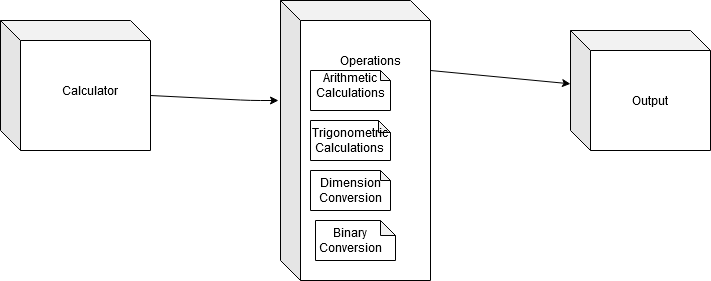
Earlier version of the draw.io export 2_Architecture/HIghlevelDiagram/DeploymentDiagram_HighLevel.png (99003754/Calculator_N4). Source tidied: cells renumbered, new cells last; positions are measured from the earlier drawing's top-left corner, leaving out a move shared by most shapes.
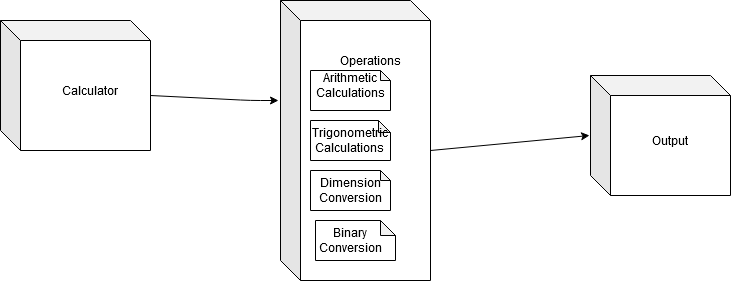
Later version of the same file.

The edit, as a diff of the source:
```diff
@@ -9,7 +9,7 @@
       <mxGeometry x="280" width="150" height="280" as="geometry" />
     </mxCell>
     <mxCell id="4" style="shape=cube;whiteSpace=wrap;html=1;boundedLbl=1;backgroundOutline=1;darkOpacity=0.05;darkOpacity2=0.1;" parent="1" vertex="1">
-      <mxGeometry x="570" y="30" width="140" height="120" as="geometry" />
+      <mxGeometry x="590" y="75" width="140" height="120" as="geometry" />
     </mxCell>
     <mxCell id="5" value="Calculator" style="text;html=1;strokeColor=none;fillColor=none;align=center;verticalAlign=middle;whiteSpace=wrap;rounded=0;" parent="1" vertex="1">
       <mxGeometry x="70" y="80" width="40" height="20" as="geometry" />
@@ -18,7 +18,7 @@
       <mxGeometry x="350" y="50" width="40" height="20" as="geometry" />
     </mxCell>
     <mxCell id="7" value="Output" style="text;html=1;strokeColor=none;fillColor=none;align=center;verticalAlign=middle;whiteSpace=wrap;rounded=0;" parent="1" vertex="1">
-      <mxGeometry x="630" y="90" width="40" height="20" as="geometry" />
+      <mxGeometry x="650" y="130" width="40" height="20" as="geometry" />
     </mxCell>
     <mxCell id="8" style="edgeStyle=orthogonalEdgeStyle;rounded=0;orthogonalLoop=1;jettySize=auto;html=1;exitX=0.5;exitY=1;exitDx=0;exitDy=0;" parent="1" edge="1" source="7" target="7">
       <mxGeometry relative="1" as="geometry" />
@@ -31,9 +31,6 @@
         </Array>
       </mxGeometry>
     </mxCell>
-    <mxCell id="10" style="endArrow=classic;html=1;exitX=0;exitY=0;exitDx=150;exitDy=70;exitPerimeter=0;" parent="1" edge="1" source="3" target="4">
-      <mxGeometry relative="1" as="geometry" />
-    </mxCell>
     <mxCell id="11" style="shape=note;whiteSpace=wrap;html=1;backgroundOutline=1;darkOpacity=0.05;size=10;" parent="1" vertex="1">
       <mxGeometry x="310" y="70" width="80" height="40" as="geometry" />
     </mxCell>
@@ -58,5 +55,8 @@
     <mxCell id="18" value="Binary Conversion" style="text;html=1;strokeColor=none;fillColor=none;align=center;verticalAlign=middle;whiteSpace=wrap;rounded=0;" parent="1" vertex="1">
       <mxGeometry x="330" y="230" width="40" height="20" as="geometry" />
     </mxCell>
+    <mxCell id="10" style="endArrow=classic;html=1;entryX=-0.007;entryY=0.5;entryDx=0;entryDy=0;entryPerimeter=0;exitX=0;exitY=0;exitDx=150;exitDy=150;exitPerimeter=0;" parent="1" edge="1" source="3" target="4">
+      <mxGeometry relative="1" as="geometry" />
+    </mxCell>
   </root>
 </mxGraphModel>
```
